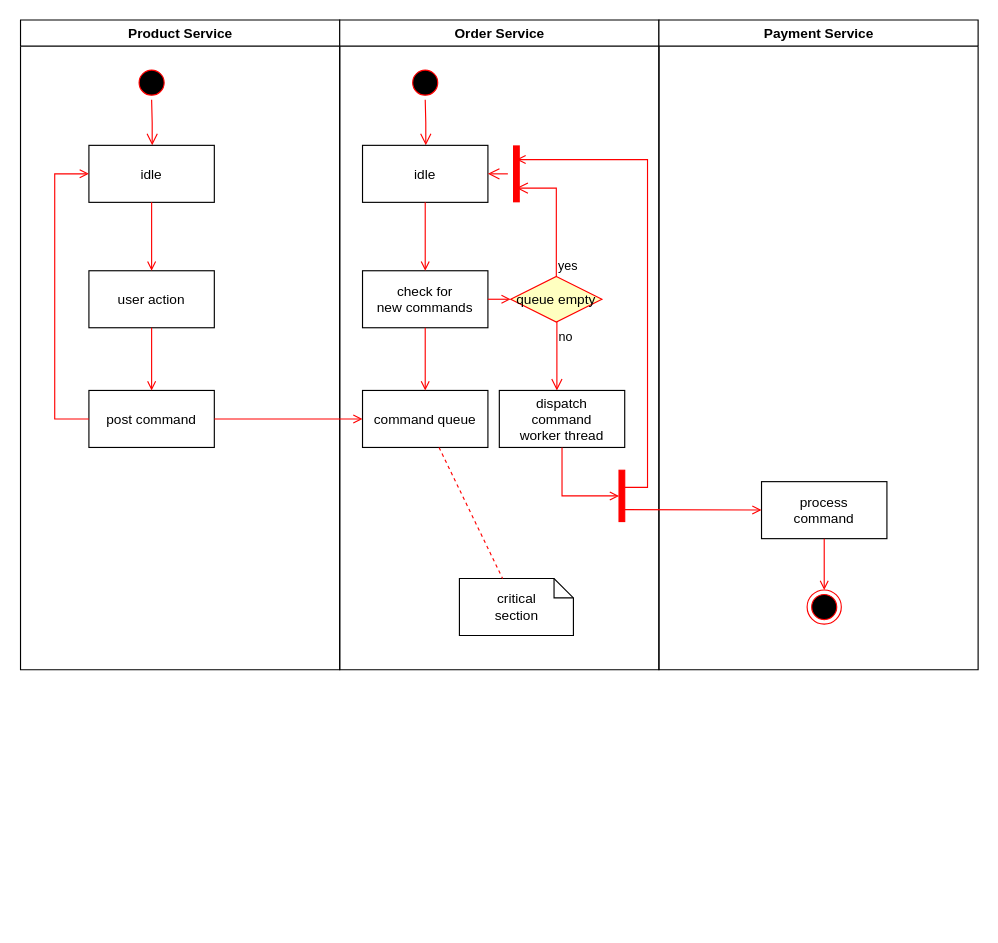
Earlier version of the draw.io diagram page "service flow" (1 of 2) of pixelz-FLOW.drawio (SinhTD-arch/pixelz_demo). Source tidied: cells renumbered, new cells numbered last; positions are measured from the earlier drawing's top-left corner, leaving out a move shared by most shapes. Both pictures are drawn from the tidied source at 114%, with x=0, y=0 at pixel (19, 19).
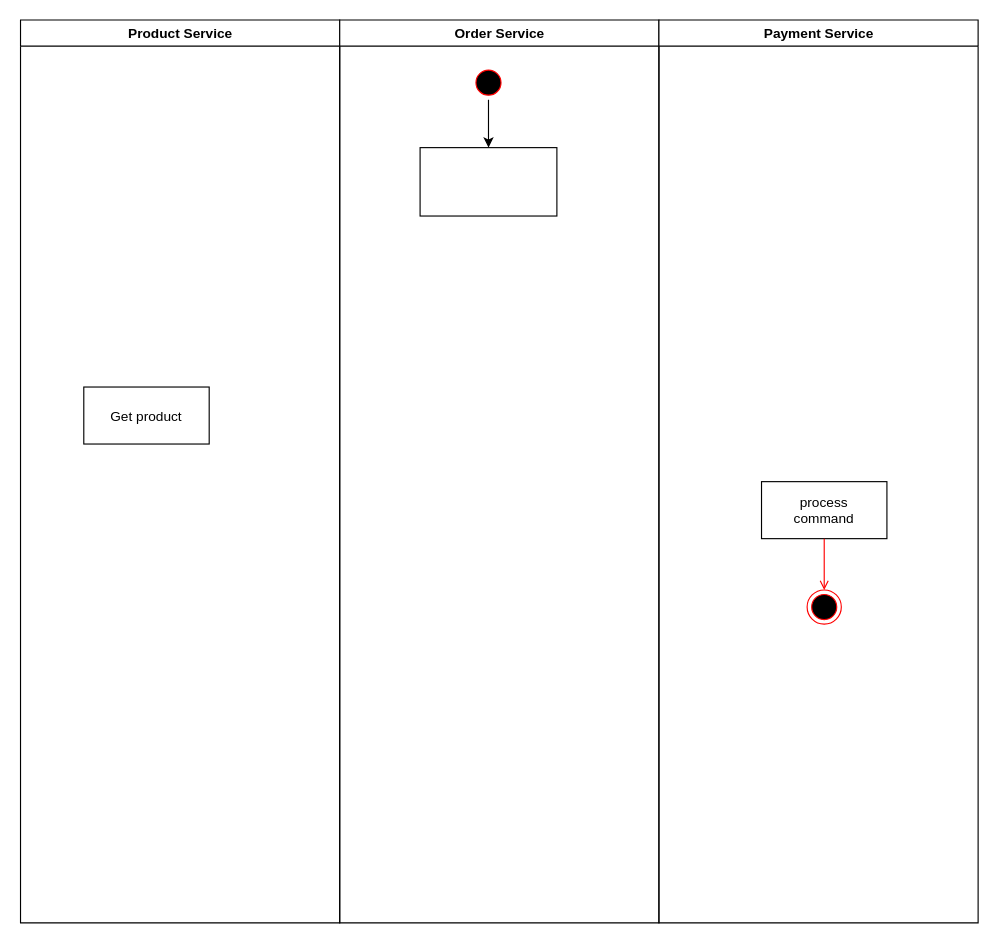
The same diagram, later.

The change refers to these unchanged cells:
```xml
<mxCell id="31" value="process&#10;command" parent="30" vertex="1">
  <mxGeometry x="90" y="405" width="110" height="50" as="geometry" />
</mxCell>
```

The edit, as a diff of the source:
```diff
@@
     <mxCell id="2" value="Product Service" style="swimlane;whiteSpace=wrap;" parent="1" vertex="1">
-      <mxGeometry x="0.5" width="280" height="570" as="geometry" />
+      <mxGeometry x="0.5" width="280" height="792" as="geometry" />
     </mxCell>
-    <mxCell id="3" style="ellipse;shape=startState;fillColor=#000000;strokeColor=#ff0000;" parent="2" vertex="1">
-      <mxGeometry x="100" y="40" width="30" height="30" as="geometry" />
-    </mxCell>
-    <mxCell id="4" style="edgeStyle=elbowEdgeStyle;elbow=horizontal;verticalAlign=bottom;endArrow=open;endSize=8;strokeColor=#FF0000;endFill=1;rounded=0;" parent="2" edge="1" source="3" target="5">
-      <mxGeometry x="100" y="40" as="geometry" />
-    </mxCell>
-    <mxCell id="5" value="idle" parent="2" vertex="1">
-      <mxGeometry x="60" y="110" width="110" height="50" as="geometry" />
-    </mxCell>
-    <mxCell id="6" value="user action" parent="2" vertex="1">
-      <mxGeometry x="60" y="220" width="110" height="50" as="geometry" />
+    <mxCell id="6" value="Get product" parent="2" vertex="1">
+      <mxGeometry x="55.5" y="322" width="110" height="50" as="geometry" />
     </mxCell>
-    <mxCell id="7" style="endArrow=open;strokeColor=#FF0000;endFill=1;rounded=0;" parent="2" edge="1" source="5" target="6">
-      <mxGeometry relative="1" as="geometry" />
-    </mxCell>
-    <mxCell id="8" value="post command" parent="2" vertex="1">
-      <mxGeometry x="60" y="325" width="110" height="50" as="geometry" />
-    </mxCell>
-    <mxCell id="9" style="endArrow=open;strokeColor=#FF0000;endFill=1;rounded=0;" parent="2" edge="1" source="6" target="8">
-      <mxGeometry relative="1" as="geometry" />
-    </mxCell>
-    <mxCell id="10" style="edgeStyle=elbowEdgeStyle;elbow=horizontal;strokeColor=#FF0000;endArrow=open;endFill=1;rounded=0;" parent="2" edge="1" source="8" target="5">
-      <mxGeometry relative="1" as="geometry">
-        <Array as="points">
-          <mxPoint x="30" y="250" />
-        </Array>
-      </mxGeometry>
-    </mxCell>
     <mxCell id="11" value="Order Service" style="swimlane;whiteSpace=wrap;" parent="1" vertex="1">
-      <mxGeometry x="280.5" width="280" height="570" as="geometry" />
+      <mxGeometry x="280.5" width="280" height="792" as="geometry" />
     </mxCell>
+    <mxCell id="37" style="edgeStyle=orthogonalEdgeStyle;rounded=0;jettySize=auto;html=1;exitX=0.5;exitY=1;exitDx=0;exitDy=0;entryX=0.5;entryY=0;entryDx=0;entryDy=0;" parent="11" edge="1" source="12" target="38">
+      <mxGeometry relative="1" as="geometry" />
+    </mxCell>
     <mxCell id="12" style="ellipse;shape=startState;fillColor=#000000;strokeColor=#ff0000;" parent="11" vertex="1">
-      <mxGeometry x="60" y="40" width="30" height="30" as="geometry" />
+      <mxGeometry x="115.5" y="40" width="30" height="30" as="geometry" />
     </mxCell>
-    <mxCell id="13" style="edgeStyle=elbowEdgeStyle;elbow=horizontal;verticalAlign=bottom;endArrow=open;endSize=8;strokeColor=#FF0000;endFill=1;rounded=0;" parent="11" edge="1" source="12" target="14">
-      <mxGeometry x="40" y="20" as="geometry" />
-    </mxCell>
-    <mxCell id="14" value="idle" parent="11" vertex="1">
-      <mxGeometry x="20" y="110" width="110" height="50" as="geometry" />
-    </mxCell>
-    <mxCell id="15" value="check for &#10;new commands" parent="11" vertex="1">
-      <mxGeometry x="20" y="220" width="110" height="50" as="geometry" />
-    </mxCell>
-    <mxCell id="16" style="endArrow=open;strokeColor=#FF0000;endFill=1;rounded=0;" parent="11" edge="1" source="14" target="15">
-      <mxGeometry relative="1" as="geometry" />
-    </mxCell>
-    <mxCell id="17" value="command queue" parent="11" vertex="1">
-      <mxGeometry x="20" y="325" width="110" height="50" as="geometry" />
-    </mxCell>
-    <mxCell id="18" style="endArrow=open;strokeColor=#FF0000;endFill=1;rounded=0;" parent="11" edge="1" source="15" target="17">
-      <mxGeometry relative="1" as="geometry" />
-    </mxCell>
-    <mxCell id="19" value="queue empty" style="rhombus;fillColor=#ffffc0;strokeColor=#ff0000;" parent="11" vertex="1">
-      <mxGeometry x="150" y="225" width="80" height="40" as="geometry" />
-    </mxCell>
-    <mxCell id="20" value="yes" style="edgeStyle=elbowEdgeStyle;elbow=horizontal;align=left;verticalAlign=bottom;endArrow=open;endSize=8;strokeColor=#FF0000;exitX=0.5;exitY=0;endFill=1;rounded=0;entryX=0.75;entryY=0.5;entryPerimeter=0;" parent="11" edge="1" source="19" target="23">
-      <mxGeometry x="-1" relative="1" as="geometry">
-        <Array as="points">
-          <mxPoint x="190" y="180" />
-        </Array>
-      </mxGeometry>
-    </mxCell>
-    <mxCell id="21" value="no" style="edgeStyle=elbowEdgeStyle;elbow=horizontal;align=left;verticalAlign=top;endArrow=open;endSize=8;strokeColor=#FF0000;endFill=1;rounded=0;" parent="11" edge="1" source="19" target="25">
-      <mxGeometry x="-1" relative="1" as="geometry" />
-    </mxCell>
-    <mxCell id="22" style="endArrow=open;strokeColor=#FF0000;endFill=1;rounded=0;" parent="11" edge="1" source="15" target="19">
-      <mxGeometry relative="1" as="geometry" />
-    </mxCell>
-    <mxCell id="23" style="shape=line;strokeWidth=6;strokeColor=#ff0000;rotation=90;" parent="11" vertex="1">
-      <mxGeometry x="130" y="127.5" width="50" height="15" as="geometry" />
-    </mxCell>
-    <mxCell id="24" style="edgeStyle=elbowEdgeStyle;elbow=horizontal;verticalAlign=bottom;endArrow=open;endSize=8;strokeColor=#FF0000;endFill=1;rounded=0;" parent="11" edge="1" source="23" target="14">
-      <mxGeometry x="130" y="90" as="geometry" />
-    </mxCell>
-    <mxCell id="25" value="dispatch&#10;command&#10;worker thread" parent="11" vertex="1">
-      <mxGeometry x="140" y="325" width="110" height="50" as="geometry" />
-    </mxCell>
-    <mxCell id="26" value="critical&#10;section" style="shape=note;whiteSpace=wrap;size=17;" parent="11" vertex="1">
-      <mxGeometry x="105" y="490" width="100" height="50" as="geometry" />
-    </mxCell>
-    <mxCell id="27" style="endArrow=none;strokeColor=#FF0000;endFill=0;rounded=0;dashed=1;" parent="11" edge="1" source="17" target="26">
-      <mxGeometry relative="1" as="geometry" />
-    </mxCell>
-    <mxCell id="28" style="whiteSpace=wrap;strokeColor=#FF0000;fillColor=#FF0000;" parent="11" vertex="1">
-      <mxGeometry x="245" y="395" width="5" height="45" as="geometry" />
-    </mxCell>
-    <mxCell id="29" style="edgeStyle=elbowEdgeStyle;elbow=horizontal;entryX=0;entryY=0.5;strokeColor=#FF0000;endArrow=open;endFill=1;rounded=0;" parent="11" edge="1" source="25" target="28">
-      <mxGeometry relative="1" as="geometry">
-        <Array as="points">
-          <mxPoint x="195" y="400" />
-        </Array>
-      </mxGeometry>
-    </mxCell>
+    <mxCell id="38" style="rounded=0;whiteSpace=wrap;html=1;" parent="11" vertex="1">
+      <mxGeometry x="70.5" y="112" width="120" height="60" as="geometry" />
+    </mxCell>
     <mxCell id="30" value="Payment Service" style="swimlane;whiteSpace=wrap;" parent="1" vertex="1">
-      <mxGeometry x="560.5" width="280" height="570" as="geometry" />
+      <mxGeometry x="560.5" width="280" height="792" as="geometry" />
     </mxCell>
@@
-    <mxCell id="32" style="edgeStyle=elbowEdgeStyle;elbow=horizontal;strokeColor=#FF0000;endArrow=open;endFill=1;rounded=0;entryX=0.25;entryY=0.5;entryPerimeter=0;" parent="30" edge="1" target="23">
-      <mxGeometry relative="1" as="geometry">
-        <mxPoint x="-30" y="410" as="sourcePoint" />
-        <Array as="points">
-          <mxPoint x="-10" y="135" />
-        </Array>
-      </mxGeometry>
-    </mxCell>
-    <mxCell id="33" style="edgeStyle=none;strokeColor=#FF0000;endArrow=open;endFill=1;rounded=0;" parent="30" edge="1" target="31">
-      <mxGeometry relative="1" as="geometry">
-        <mxPoint x="-30" y="429.5" as="sourcePoint" />
-      </mxGeometry>
-    </mxCell>
@@
-    <mxCell id="36" style="endArrow=open;strokeColor=#FF0000;endFill=1;rounded=0;" parent="1" edge="1" source="8" target="17">
-      <mxGeometry relative="1" as="geometry" />
-    </mxCell>
```
